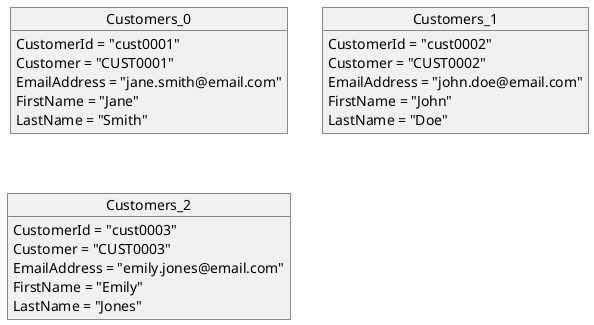
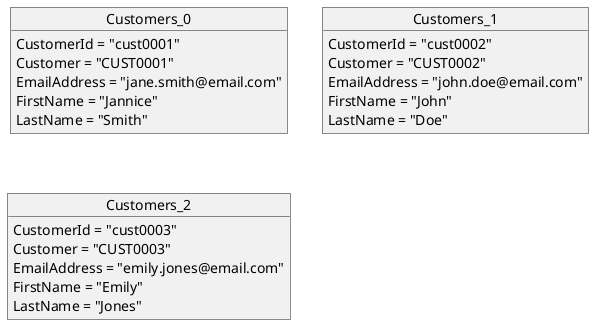
@startuml

object "Customers_0" as Customers_0 {
  CustomerId = "cust0001"
  Customer = "CUST0001"
  EmailAddress = "jane.smith@email.com"
-   FirstName = "Jane"
+   FirstName = "Jannice"
  LastName = "Smith"
}

object "Customers_1" as Customers_1 {
  CustomerId = "cust0002"
  Customer = "CUST0002"
  EmailAddress = "john.doe@email.com"
  FirstName = "John"
  LastName = "Doe"
}

object "Customers_2" as Customers_2 {
  CustomerId = "cust0003"
  Customer = "CUST0003"
  EmailAddress = "emily.jones@email.com"
  FirstName = "Emily"
  LastName = "Jones"
}

@enduml